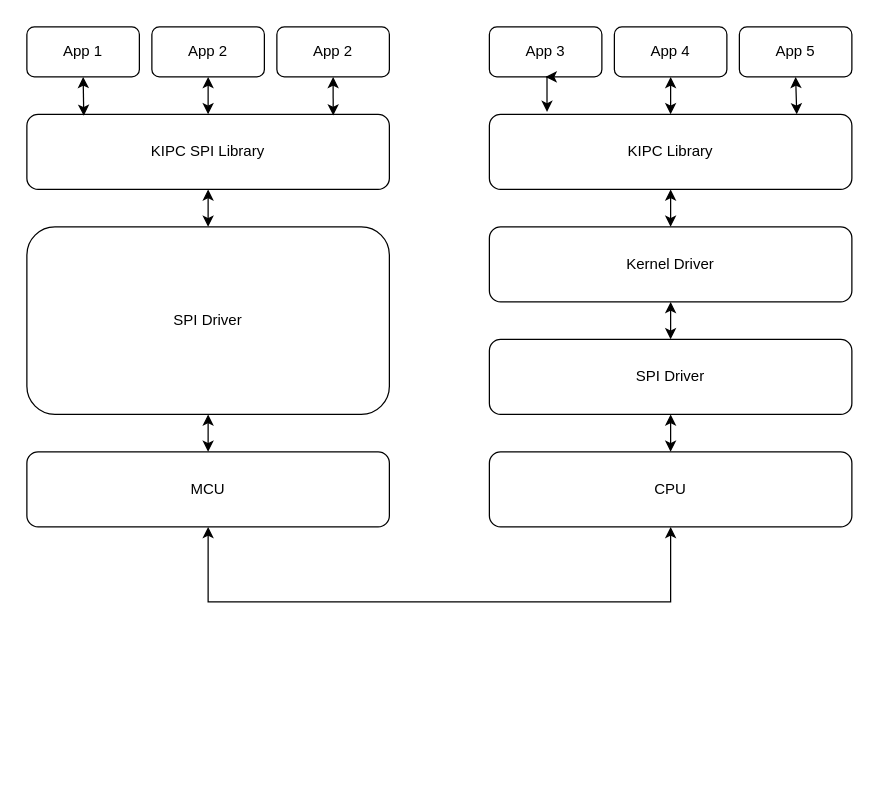
Above: OldDesign.drawio in anhkiet1993/FA (draw.io), before the change. Source tidied: cells renumbered, new cells numbered last; positions are measured from the earlier drawing's top-left corner, leaving out a move shared by most shapes. Both pictures are drawn from the tidied source at 125%, with x=0, y=0 at pixel (26, 26).
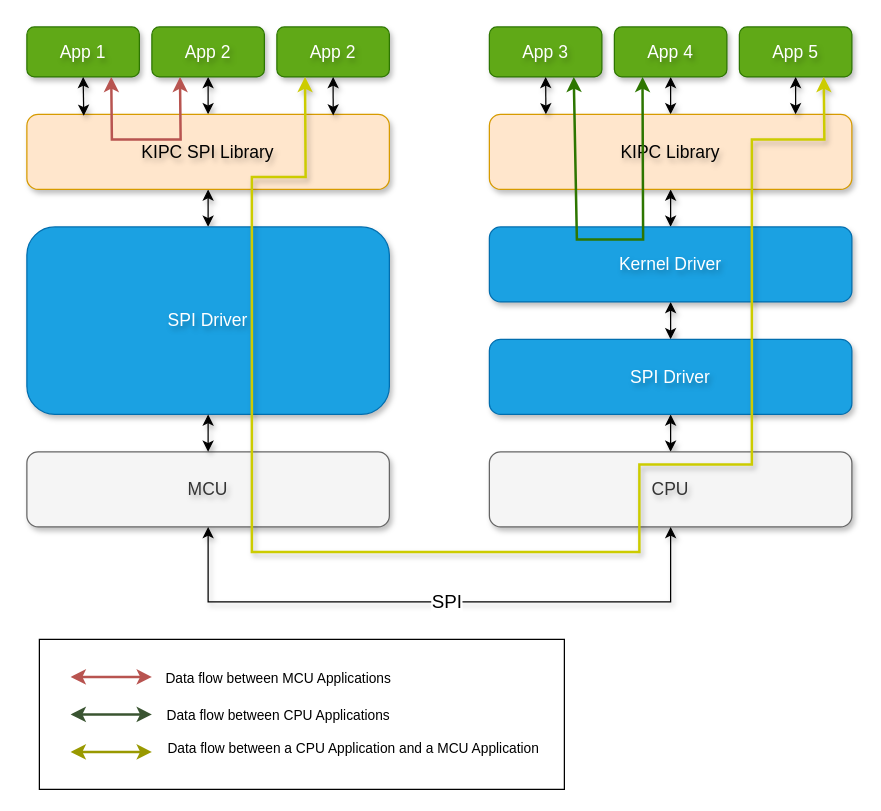
After the change.

What changed in the source:
```diff
@@
-    <mxCell id="2" value="App 1" style="rounded=1;whiteSpace=wrap;html=1;" parent="1" vertex="1">
+    <mxCell id="2" value="App 1" style="rounded=1;whiteSpace=wrap;html=1;fillColor=#60a917;strokeColor=#2D7600;fontColor=#ffffff;fontSize=14;textShadow=1;shadow=1;" parent="1" vertex="1">
       <mxGeometry width="90" height="40" as="geometry" />
     </mxCell>
-    <mxCell id="3" style="edgeStyle=orthogonalEdgeStyle;rounded=0;jettySize=auto;html=1;exitX=0.5;exitY=1;exitDx=0;exitDy=0;entryX=0.5;entryY=0;entryDx=0;entryDy=0;startArrow=classic;startFill=1;" parent="1" edge="1" source="4" target="12">
+    <mxCell id="3" style="edgeStyle=orthogonalEdgeStyle;rounded=0;jettySize=auto;html=1;exitX=0.5;exitY=1;exitDx=0;exitDy=0;entryX=0.5;entryY=0;entryDx=0;entryDy=0;startArrow=classic;startFill=1;fontSize=14;textShadow=1;shadow=1;" parent="1" edge="1" source="4" target="12">
       <mxGeometry relative="1" as="geometry" />
     </mxCell>
-    <mxCell id="4" value="App 2" style="rounded=1;whiteSpace=wrap;html=1;" parent="1" vertex="1">
+    <mxCell id="4" value="App 2" style="rounded=1;whiteSpace=wrap;html=1;fillColor=#60a917;strokeColor=#2D7600;fontColor=#ffffff;fontSize=14;textShadow=1;shadow=1;" parent="1" vertex="1">
       <mxGeometry x="100" width="90" height="40" as="geometry" />
     </mxCell>
-    <mxCell id="5" value="App 2" style="rounded=1;whiteSpace=wrap;html=1;" parent="1" vertex="1">
+    <mxCell id="5" value="App 2" style="rounded=1;whiteSpace=wrap;html=1;fillColor=#60a917;strokeColor=#2D7600;fontColor=#ffffff;fontSize=14;textShadow=1;shadow=1;" parent="1" vertex="1">
       <mxGeometry x="200" width="90" height="40" as="geometry" />
     </mxCell>
-    <mxCell id="6" value="App 3" style="rounded=1;whiteSpace=wrap;html=1;" parent="1" vertex="1">
+    <mxCell id="6" value="App 3" style="rounded=1;whiteSpace=wrap;html=1;fillColor=#60a917;fontColor=#ffffff;strokeColor=#2D7600;fontSize=14;textShadow=1;shadow=1;" parent="1" vertex="1">
       <mxGeometry x="370" width="90" height="40" as="geometry" />
     </mxCell>
-    <mxCell id="7" style="edgeStyle=orthogonalEdgeStyle;rounded=0;jettySize=auto;html=1;exitX=0.5;exitY=1;exitDx=0;exitDy=0;entryX=0.5;entryY=0;entryDx=0;entryDy=0;startArrow=classic;startFill=1;" parent="1" edge="1" source="8" target="15">
+    <mxCell id="7" style="edgeStyle=orthogonalEdgeStyle;rounded=0;jettySize=auto;html=1;exitX=0.5;exitY=1;exitDx=0;exitDy=0;entryX=0.5;entryY=0;entryDx=0;entryDy=0;startArrow=classic;startFill=1;fontSize=14;textShadow=1;shadow=1;" parent="1" edge="1" source="8" target="15">
       <mxGeometry relative="1" as="geometry" />
     </mxCell>
-    <mxCell id="8" value="App 4" style="rounded=1;whiteSpace=wrap;html=1;" parent="1" vertex="1">
+    <mxCell id="8" value="App 4" style="rounded=1;whiteSpace=wrap;html=1;fillColor=#60a917;fontColor=#ffffff;strokeColor=#2D7600;fontSize=14;textShadow=1;shadow=1;" parent="1" vertex="1">
       <mxGeometry x="470" width="90" height="40" as="geometry" />
     </mxCell>
-    <mxCell id="9" value="App 5" style="rounded=1;whiteSpace=wrap;html=1;" parent="1" vertex="1">
+    <mxCell id="9" value="App 5" style="rounded=1;whiteSpace=wrap;html=1;fillColor=#60a917;fontColor=#ffffff;strokeColor=#2D7600;fontSize=14;textShadow=1;shadow=1;" parent="1" vertex="1">
       <mxGeometry x="570" width="90" height="40" as="geometry" />
     </mxCell>
-    <mxCell id="10" style="edgeStyle=orthogonalEdgeStyle;rounded=0;orthogonalLoop=1;jettySize=auto;html=1;exitX=0.5;exitY=1;exitDx=0;exitDy=0;entryX=0.5;entryY=1;entryDx=0;entryDy=0;" parent="1" edge="1" source="12" target="12">
+    <mxCell id="10" style="edgeStyle=orthogonalEdgeStyle;rounded=0;orthogonalLoop=1;jettySize=auto;html=1;exitX=0.5;exitY=1;exitDx=0;exitDy=0;entryX=0.5;entryY=1;entryDx=0;entryDy=0;fontSize=14;textShadow=1;shadow=1;" parent="1" edge="1" source="12" target="12">
       <mxGeometry relative="1" as="geometry" />
     </mxCell>
-    <mxCell id="11" style="edgeStyle=orthogonalEdgeStyle;rounded=0;jettySize=auto;html=1;exitX=0.5;exitY=1;exitDx=0;exitDy=0;entryX=0.5;entryY=0;entryDx=0;entryDy=0;startArrow=classic;startFill=1;" parent="1" edge="1" source="12" target="13">
+    <mxCell id="11" style="edgeStyle=orthogonalEdgeStyle;rounded=0;jettySize=auto;html=1;exitX=0.5;exitY=1;exitDx=0;exitDy=0;entryX=0.5;entryY=0;entryDx=0;entryDy=0;startArrow=classic;startFill=1;fontSize=14;textShadow=1;shadow=1;" parent="1" edge="1" source="12" target="13">
       <mxGeometry relative="1" as="geometry" />
     </mxCell>
-    <mxCell id="12" value="KIPC SPI Library" style="rounded=1;whiteSpace=wrap;html=1;" parent="1" vertex="1">
+    <mxCell id="12" value="KIPC SPI Library" style="rounded=1;whiteSpace=wrap;html=1;fillColor=#ffe6cc;strokeColor=#d79b00;fontSize=14;textShadow=1;shadow=1;" parent="1" vertex="1">
       <mxGeometry y="70" width="290" height="60" as="geometry" />
     </mxCell>
-    <mxCell id="13" value="SPI Driver" style="rounded=1;whiteSpace=wrap;html=1;" parent="1" vertex="1">
+    <mxCell id="13" value="SPI Driver" style="rounded=1;whiteSpace=wrap;html=1;fillColor=#1ba1e2;fontColor=#ffffff;strokeColor=#006EAF;fontSize=14;textShadow=1;shadow=1;" parent="1" vertex="1">
       <mxGeometry y="160" width="290" height="150" as="geometry" />
     </mxCell>
-    <mxCell id="14" style="edgeStyle=orthogonalEdgeStyle;rounded=0;jettySize=auto;html=1;exitX=0.5;exitY=1;exitDx=0;exitDy=0;entryX=0.5;entryY=0;entryDx=0;entryDy=0;startArrow=classic;startFill=1;" parent="1" edge="1" source="15" target="17">
+    <mxCell id="14" style="edgeStyle=orthogonalEdgeStyle;rounded=0;jettySize=auto;html=1;exitX=0.5;exitY=1;exitDx=0;exitDy=0;entryX=0.5;entryY=0;entryDx=0;entryDy=0;startArrow=classic;startFill=1;fontSize=14;textShadow=1;shadow=1;" parent="1" edge="1" source="15" target="17">
       <mxGeometry relative="1" as="geometry" />
     </mxCell>
-    <mxCell id="15" value="KIPC Library" style="rounded=1;whiteSpace=wrap;html=1;" parent="1" vertex="1">
+    <mxCell id="15" value="KIPC Library" style="rounded=1;whiteSpace=wrap;html=1;fillColor=#ffe6cc;strokeColor=#d79b00;fontSize=14;textShadow=1;shadow=1;glass=0;" parent="1" vertex="1">
       <mxGeometry x="370" y="70" width="290" height="60" as="geometry" />
     </mxCell>
-    <mxCell id="16" style="edgeStyle=orthogonalEdgeStyle;rounded=0;jettySize=auto;html=1;exitX=0.5;exitY=1;exitDx=0;exitDy=0;entryX=0.5;entryY=0;entryDx=0;entryDy=0;startArrow=classic;startFill=1;" parent="1" edge="1" source="17" target="19">
+    <mxCell id="16" style="edgeStyle=orthogonalEdgeStyle;rounded=0;jettySize=auto;html=1;exitX=0.5;exitY=1;exitDx=0;exitDy=0;entryX=0.5;entryY=0;entryDx=0;entryDy=0;startArrow=classic;startFill=1;fillColor=#1ba1e2;strokeColor=#000000;fontSize=14;textShadow=1;shadow=1;" parent="1" edge="1" source="17" target="19">
       <mxGeometry relative="1" as="geometry" />
     </mxCell>
-    <mxCell id="17" value="Kernel Driver" style="rounded=1;whiteSpace=wrap;html=1;" parent="1" vertex="1">
+    <mxCell id="17" value="Kernel Driver" style="rounded=1;whiteSpace=wrap;html=1;fillColor=#1ba1e2;fontColor=#ffffff;strokeColor=#006EAF;fontSize=14;textShadow=1;shadow=1;" parent="1" vertex="1">
       <mxGeometry x="370" y="160" width="290" height="60" as="geometry" />
     </mxCell>
-    <mxCell id="18" style="edgeStyle=orthogonalEdgeStyle;rounded=0;jettySize=auto;html=1;exitX=0.5;exitY=1;exitDx=0;exitDy=0;entryX=0.5;entryY=0;entryDx=0;entryDy=0;startArrow=classic;startFill=1;" parent="1" edge="1" source="19" target="21">
+    <mxCell id="18" style="edgeStyle=orthogonalEdgeStyle;rounded=0;jettySize=auto;html=1;exitX=0.5;exitY=1;exitDx=0;exitDy=0;entryX=0.5;entryY=0;entryDx=0;entryDy=0;startArrow=classic;startFill=1;fontSize=14;textShadow=1;shadow=1;" parent="1" edge="1" source="19" target="21">
       <mxGeometry relative="1" as="geometry" />
     </mxCell>
-    <mxCell id="19" value="SPI Driver" style="rounded=1;whiteSpace=wrap;html=1;" parent="1" vertex="1">
+    <mxCell id="19" value="SPI Driver" style="rounded=1;whiteSpace=wrap;html=1;fillColor=#1ba1e2;fontColor=#ffffff;strokeColor=#006EAF;fontSize=14;textShadow=1;shadow=1;" parent="1" vertex="1">
       <mxGeometry x="370" y="250" width="290" height="60" as="geometry" />
     </mxCell>
-    <mxCell id="20" value="MCU" style="rounded=1;whiteSpace=wrap;html=1;" parent="1" vertex="1">
+    <mxCell id="20" value="MCU" style="rounded=1;whiteSpace=wrap;html=1;fillColor=#f5f5f5;fontColor=#333333;strokeColor=#666666;fontSize=14;textShadow=1;shadow=1;" parent="1" vertex="1">
       <mxGeometry y="340" width="290" height="60" as="geometry" />
     </mxCell>
-    <mxCell id="21" value="CPU" style="rounded=1;whiteSpace=wrap;html=1;" parent="1" vertex="1">
+    <mxCell id="21" value="CPU" style="rounded=1;whiteSpace=wrap;html=1;fillColor=#f5f5f5;fontColor=#333333;strokeColor=#666666;fontSize=14;textShadow=1;shadow=1;" parent="1" vertex="1">
       <mxGeometry x="370" y="340" width="290" height="60" as="geometry" />
     </mxCell>
-    <mxCell id="22" style="endArrow=classic;startArrow=classic;html=1;rounded=0;entryX=0.5;entryY=1;entryDx=0;entryDy=0;exitX=0.5;exitY=1;exitDx=0;exitDy=0;" parent="1" edge="1" source="20" target="21">
+    <mxCell id="22" style="endArrow=classic;startArrow=classic;html=1;rounded=0;entryX=0.5;entryY=1;entryDx=0;entryDy=0;exitX=0.5;exitY=1;exitDx=0;exitDy=0;textShadow=1;shadow=1;" parent="1" edge="1" source="20" target="21">
       <mxGeometry relative="1" as="geometry">
         <Array as="points">
           <mxPoint x="145" y="460" />
+          <mxPoint x="350" y="460" />
           <mxPoint x="515" y="460" />
         </Array>
       </mxGeometry>
     </mxCell>
+    <mxCell id="28" value="SPI" style="edgeLabel;html=1;align=center;verticalAlign=middle;fontSize=15;textShadow=0;" parent="22" vertex="1">
+      <mxGeometry x="0.02" y="2" relative="1" as="geometry" />
+    </mxCell>
-    <mxCell id="23" style="endArrow=classic;startArrow=classic;html=1;rounded=0;exitX=0.5;exitY=0;exitDx=0;exitDy=0;entryX=0.5;entryY=1;entryDx=0;entryDy=0;" parent="1" edge="1" source="20" target="13">
+    <mxCell id="23" style="endArrow=classic;startArrow=classic;html=1;rounded=0;exitX=0.5;exitY=0;exitDx=0;exitDy=0;entryX=0.5;entryY=1;entryDx=0;entryDy=0;fontSize=14;textShadow=1;shadow=1;" parent="1" edge="1" source="20" target="13">
       <mxGeometry relative="1" as="geometry" />
     </mxCell>
-    <mxCell id="24" style="edgeStyle=orthogonalEdgeStyle;rounded=0;jettySize=auto;html=1;exitX=0.5;exitY=1;exitDx=0;exitDy=0;startArrow=classic;startFill=1;entryX=0.157;entryY=0.02;entryDx=0;entryDy=0;entryPerimeter=0;" parent="1" edge="1" source="2" target="12">
+    <mxCell id="24" style="edgeStyle=orthogonalEdgeStyle;rounded=0;jettySize=auto;html=1;exitX=0.5;exitY=1;exitDx=0;exitDy=0;startArrow=classic;startFill=1;entryX=0.157;entryY=0.02;entryDx=0;entryDy=0;entryPerimeter=0;fontSize=14;textShadow=1;shadow=1;" parent="1" edge="1" source="2" target="12">
       <mxGeometry relative="1" as="geometry" />
     </mxCell>
-    <mxCell id="25" style="edgeStyle=orthogonalEdgeStyle;rounded=0;jettySize=auto;html=1;exitX=0.5;exitY=1;exitDx=0;exitDy=0;entryX=0.845;entryY=0.014;entryDx=0;entryDy=0;entryPerimeter=0;startArrow=classic;startFill=1;" parent="1" edge="1" source="5" target="12">
+    <mxCell id="25" style="edgeStyle=orthogonalEdgeStyle;rounded=0;jettySize=auto;html=1;exitX=0.5;exitY=1;exitDx=0;exitDy=0;entryX=0.845;entryY=0.014;entryDx=0;entryDy=0;entryPerimeter=0;startArrow=classic;startFill=1;fontSize=14;textShadow=1;shadow=1;" parent="1" edge="1" source="5" target="12">
       <mxGeometry relative="1" as="geometry" />
     </mxCell>
+    <mxCell id="27" style="edgeStyle=orthogonalEdgeStyle;rounded=0;jettySize=auto;html=1;exitX=0.5;exitY=1;exitDx=0;exitDy=0;startArrow=classic;startFill=1;fontSize=14;textShadow=1;shadow=1;" parent="1" edge="1" source="9">
+      <mxGeometry relative="1" as="geometry">
+        <mxPoint x="615" y="70" as="targetPoint" />
+      </mxGeometry>
+    </mxCell>
-    <mxCell id="26" style="edgeStyle=orthogonalEdgeStyle;rounded=0;jettySize=auto;html=1;exitX=0.5;exitY=1;exitDx=0;exitDy=0;entryX=0.159;entryY=-0.033;entryDx=0;entryDy=0;entryPerimeter=0;startArrow=classic;startFill=1;" parent="1" edge="1" source="6" target="15">
+    <mxCell id="26" style="edgeStyle=orthogonalEdgeStyle;rounded=0;jettySize=auto;html=1;exitX=0.5;exitY=1;exitDx=0;exitDy=0;entryX=0.156;entryY=0;entryDx=0;entryDy=0;entryPerimeter=0;startArrow=classic;startFill=1;fontSize=14;textShadow=1;shadow=1;" parent="1" edge="1" source="6" target="15">
       <mxGeometry relative="1" as="geometry" />
     </mxCell>
-    <mxCell id="27" style="edgeStyle=orthogonalEdgeStyle;rounded=0;jettySize=auto;html=1;exitX=0.5;exitY=1;exitDx=0;exitDy=0;entryX=0.848;entryY=0;entryDx=0;entryDy=0;entryPerimeter=0;startArrow=classic;startFill=1;" parent="1" edge="1" source="9" target="15">
-      <mxGeometry relative="1" as="geometry" />
-    </mxCell>
+    <mxCell id="29" style="endArrow=classic;startArrow=classic;html=1;rounded=0;exitX=0.75;exitY=1;exitDx=0;exitDy=0;entryX=0.25;entryY=1;entryDx=0;entryDy=0;fillColor=#f8cecc;strokeColor=#b85450;strokeWidth=2;textShadow=1;" parent="1" edge="1" source="2" target="4">
+      <mxGeometry relative="1" as="geometry">
+        <Array as="points">
+          <mxPoint x="68" y="90" />
+          <mxPoint x="123" y="90" />
+        </Array>
+      </mxGeometry>
+    </mxCell>
+    <mxCell id="30" style="endArrow=classic;startArrow=classic;html=1;rounded=0;exitX=0.75;exitY=1;exitDx=0;exitDy=0;entryX=0.25;entryY=1;entryDx=0;entryDy=0;fillColor=#60a917;strokeColor=#2D7600;strokeWidth=2;textShadow=1;" parent="1" edge="1" source="6" target="8">
+      <mxGeometry relative="1" as="geometry">
+        <Array as="points">
+          <mxPoint x="440" y="170" />
+          <mxPoint x="493" y="170" />
+        </Array>
+      </mxGeometry>
+    </mxCell>
+    <mxCell id="31" style="endArrow=classic;startArrow=classic;html=1;rounded=0;exitX=0.25;exitY=1;exitDx=0;exitDy=0;entryX=0.75;entryY=1;entryDx=0;entryDy=0;fillColor=#e3c800;strokeColor=#CCCC00;strokeWidth=2;shadow=1;textShadow=1;" parent="1" edge="1" source="5" target="9">
+      <mxGeometry relative="1" as="geometry">
+        <Array as="points">
+          <mxPoint x="223" y="120" />
+          <mxPoint x="180" y="120" />
+          <mxPoint x="180" y="290" />
+          <mxPoint x="180" y="390" />
+          <mxPoint x="180" y="420" />
+          <mxPoint x="490" y="420" />
+          <mxPoint x="490" y="350" />
+          <mxPoint x="580" y="350" />
+          <mxPoint x="580" y="90" />
+          <mxPoint x="638" y="90" />
+        </Array>
+      </mxGeometry>
+    </mxCell>
+    <mxCell id="32" style="rounded=0;whiteSpace=wrap;html=1;" parent="1" vertex="1">
+      <mxGeometry x="10" y="490" width="420" height="120" as="geometry" />
+    </mxCell>
+    <mxCell id="33" style="endArrow=classic;startArrow=classic;html=1;rounded=0;exitX=0.75;exitY=1;exitDx=0;exitDy=0;fillColor=#f8cecc;strokeColor=#b85450;strokeWidth=2;" parent="1" edge="1">
+      <mxGeometry relative="1" as="geometry">
+        <mxPoint x="35" y="520" as="sourcePoint" />
+        <mxPoint x="100" y="520" as="targetPoint" />
+      </mxGeometry>
+    </mxCell>
+    <mxCell id="34" value="Data flow between MCU Applications" style="edgeLabel;html=1;align=center;verticalAlign=middle;" parent="33" vertex="1">
+      <mxGeometry x="0.19" y="-2" relative="1" as="geometry">
+        <mxPoint x="126" y="-2" as="offset" />
+      </mxGeometry>
+    </mxCell>
+    <mxCell id="35" style="endArrow=classic;startArrow=classic;html=1;rounded=0;exitX=0.75;exitY=1;exitDx=0;exitDy=0;fillColor=#6d8764;strokeColor=#3A5431;strokeWidth=2;" parent="1" edge="1">
+      <mxGeometry relative="1" as="geometry">
+        <mxPoint x="35" y="550" as="sourcePoint" />
+        <mxPoint x="100" y="550" as="targetPoint" />
+      </mxGeometry>
+    </mxCell>
+    <mxCell id="36" value="Data flow between CPU Applications" style="edgeLabel;html=1;align=center;verticalAlign=middle;" parent="35" vertex="1">
+      <mxGeometry x="0.28" y="-1" relative="1" as="geometry">
+        <mxPoint x="123" y="-1" as="offset" />
+      </mxGeometry>
+    </mxCell>
+    <mxCell id="37" style="endArrow=classic;startArrow=classic;html=1;rounded=0;exitX=0.75;exitY=1;exitDx=0;exitDy=0;fillColor=#e3c800;strokeColor=#999900;strokeWidth=2;" parent="1" edge="1">
+      <mxGeometry relative="1" as="geometry">
+        <mxPoint x="35" y="580" as="sourcePoint" />
+        <mxPoint x="100" y="580" as="targetPoint" />
+      </mxGeometry>
+    </mxCell>
+    <mxCell id="38" value="Data flow between a CPU Application and a MCU Application" style="edgeLabel;html=1;align=center;verticalAlign=middle;" parent="37" vertex="1">
+      <mxGeometry x="0.18" y="4" relative="1" as="geometry">
+        <mxPoint x="187" as="offset" />
+      </mxGeometry>
+    </mxCell>
```
